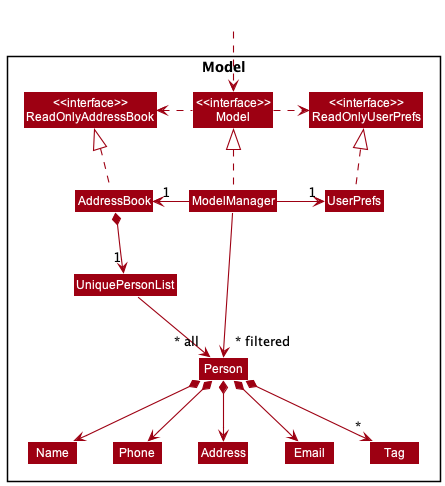
This is docs/images/ModelClassDiagram.png from nus-cs2103-AY2223S2/tp, a PlantUML export, as it was before one commit.
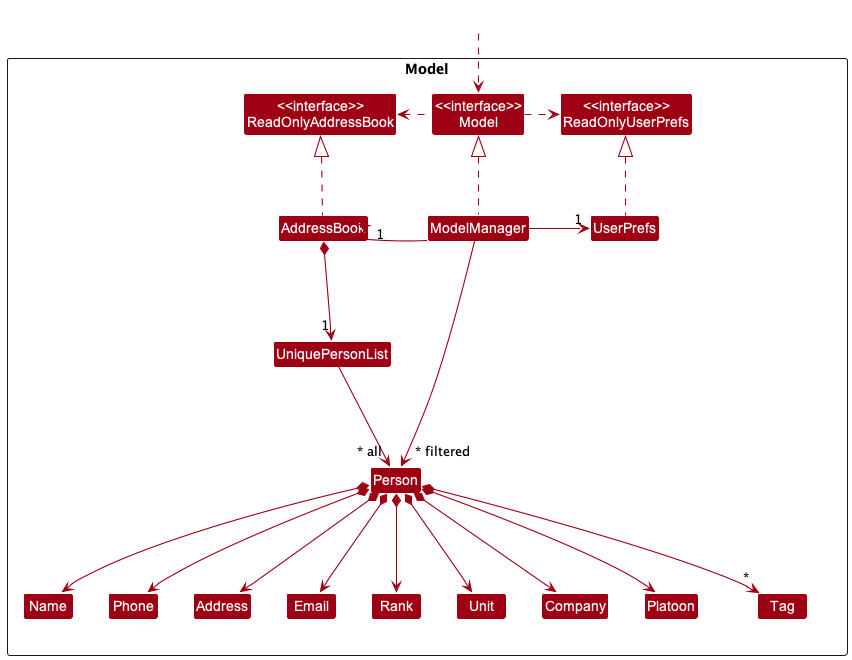
After the change.

Commit message:
Update DG with new fields - Rank, Unit, Company, Platoon

The edit, as a diff of the source:
```diff
@@ -18,6 +18,10 @@
 Class Email
 Class Name
 Class Phone
+Class Rank
+Class Unit
+Class Platoon
+Class Company
 Class Tag
 
 }
@@ -40,11 +44,19 @@
 Person *--> Phone
 Person *--> Email
 Person *--> Address
+Person *--> Rank
+Person *--> Unit
+Person *--> Company
+Person *--> Platoon
 Person *--> "*" Tag
 
 Name -[hidden]right-> Phone
 Phone -[hidden]right-> Address
 Address -[hidden]right-> Email
+Email -[hidden]right-> Rank
+Rank -[hidden]right-> Unit
+Unit -[hidden]right-> Company
+Company -[hidden]right-> Platoon
 
 ModelManager -->"~* filtered" Person
 @enduml
```
